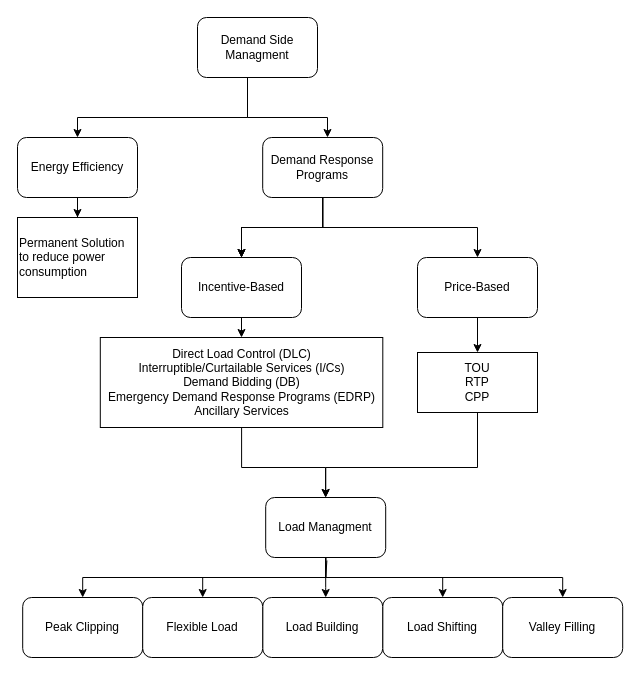
Before: DSM_Background.drawio in luistmartins/thesis_ik, a draw.io diagram. Source tidied: cells renumbered, new cells numbered last; positions are measured from the earlier drawing's top-left corner, leaving out a move shared by most shapes. Both pictures are drawn from the tidied source at 100%, with x=0, y=0 at pixel (17, 17).
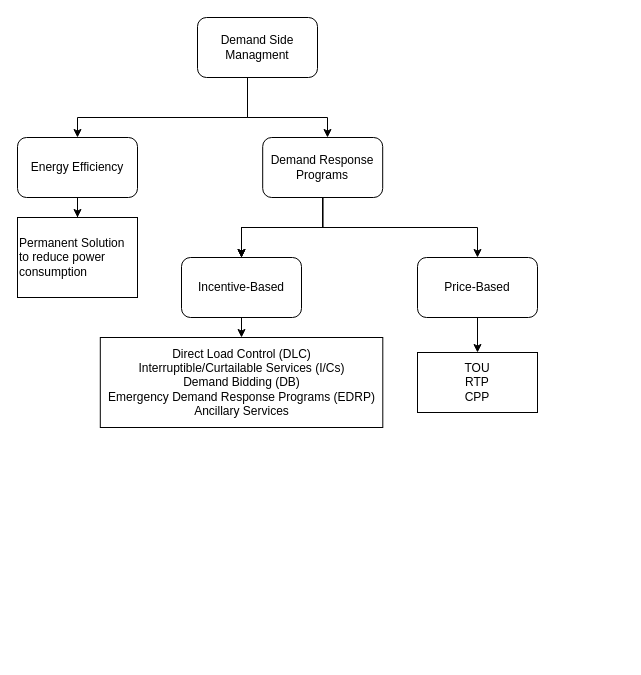
After the change.

Unchanged cells that the change refers to:
```xml
<mxCell id="18" value="TOU&lt;div&gt;RTP&lt;br&gt;CPP&lt;/div&gt;" style="rounded=0;whiteSpace=wrap;html=1;" parent="1" vertex="1">
  <mxGeometry x="400" y="335" width="120" height="60" as="geometry" />
</mxCell>
<mxCell id="20" value="Direct Load Control (DLC)&lt;div&gt;Interruptible/Curtailable Services (I/Cs)&lt;/div&gt;&lt;div&gt;Demand Bidding (DB)&lt;/div&gt;&lt;div&gt;Emergency Demand Response Programs (EDRP)&lt;/div&gt;&lt;div&gt;Ancillary Services&lt;/div&gt;" style="rounded=0;whiteSpace=wrap;html=1;" parent="1" vertex="1">
  <mxGeometry x="82.8" y="320" width="282.5" height="90" as="geometry" />
</mxCell>
```

Diff of the diagram source:
```diff
@@
-    <mxCell id="17" style="edgeStyle=orthogonalEdgeStyle;rounded=0;jettySize=auto;html=1;entryX=0.5;entryY=0;entryDx=0;entryDy=0;exitX=0.5;exitY=1;exitDx=0;exitDy=0;" parent="1" edge="1" source="18" target="27">
-      <mxGeometry relative="1" as="geometry">
-        <Array as="points">
-          <mxPoint x="460" y="450" />
-          <mxPoint x="308.3" y="450" />
-        </Array>
-      </mxGeometry>
-    </mxCell>
@@
-    <mxCell id="19" style="edgeStyle=orthogonalEdgeStyle;rounded=0;jettySize=auto;html=1;" parent="1" edge="1" source="20" target="27">
-      <mxGeometry relative="1" as="geometry">
-        <Array as="points">
-          <mxPoint x="224.1" y="450" />
-          <mxPoint x="308.1" y="450" />
-        </Array>
-      </mxGeometry>
-    </mxCell>
@@
-    <mxCell id="21" value="Peak Clipping" style="rounded=1;whiteSpace=wrap;html=1;" parent="1" vertex="1">
-      <mxGeometry x="5.2" y="580" width="120" height="60" as="geometry" />
-    </mxCell>
-    <mxCell id="22" value="Load Shifting" style="rounded=1;whiteSpace=wrap;html=1;" parent="1" vertex="1">
-      <mxGeometry x="365.2" y="580" width="120" height="60" as="geometry" />
-    </mxCell>
-    <mxCell id="23" value="Valley Filling" style="rounded=1;whiteSpace=wrap;html=1;" parent="1" vertex="1">
-      <mxGeometry x="485.2" y="580" width="120" height="60" as="geometry" />
-    </mxCell>
-    <mxCell id="24" value="Load Building" style="rounded=1;whiteSpace=wrap;html=1;" parent="1" vertex="1">
-      <mxGeometry x="245.2" y="580" width="120" height="60" as="geometry" />
-    </mxCell>
-    <mxCell id="25" value="Flexible Load" style="rounded=1;whiteSpace=wrap;html=1;" parent="1" vertex="1">
-      <mxGeometry x="125.2" y="580" width="120" height="60" as="geometry" />
-    </mxCell>
-    <mxCell id="26" style="edgeStyle=orthogonalEdgeStyle;rounded=0;jettySize=auto;html=1;" parent="1" edge="1" source="27" target="24">
-      <mxGeometry relative="1" as="geometry">
-        <Array as="points">
-          <mxPoint x="308.3" y="570" />
-          <mxPoint x="308.3" y="570" />
-        </Array>
-      </mxGeometry>
-    </mxCell>
-    <mxCell id="27" value="Load Managment" style="rounded=1;whiteSpace=wrap;html=1;" parent="1" vertex="1">
-      <mxGeometry x="248.2" y="480" width="120" height="60" as="geometry" />
-    </mxCell>
-    <mxCell id="28" style="endArrow=classic;html=1;rounded=0;exitX=0.5;exitY=1;exitDx=0;exitDy=0;entryX=0.5;entryY=0;entryDx=0;entryDy=0;" parent="1" edge="1" source="27" target="25">
-      <mxGeometry relative="1" as="geometry">
-        <Array as="points">
-          <mxPoint x="308.2" y="560" />
-          <mxPoint x="185.2" y="560" />
-        </Array>
-      </mxGeometry>
-    </mxCell>
-    <mxCell id="29" style="endArrow=classic;html=1;rounded=0;exitX=0.5;exitY=1;exitDx=0;exitDy=0;entryX=0.5;entryY=0;entryDx=0;entryDy=0;" parent="1" edge="1" source="27" target="21">
-      <mxGeometry relative="1" as="geometry">
-        <Array as="points">
-          <mxPoint x="308.2" y="560" />
-          <mxPoint x="65.2" y="560" />
-        </Array>
-      </mxGeometry>
-    </mxCell>
-    <mxCell id="30" style="endArrow=classic;html=1;rounded=0;exitX=0.51;exitY=1.05;exitDx=0;exitDy=0;exitPerimeter=0;entryX=0.5;entryY=0;entryDx=0;entryDy=0;" parent="1" edge="1" source="27" target="22">
-      <mxGeometry relative="1" as="geometry">
-        <Array as="points">
-          <mxPoint x="308.2" y="560" />
-          <mxPoint x="425.2" y="560" />
-        </Array>
-      </mxGeometry>
-    </mxCell>
-    <mxCell id="31" style="endArrow=classic;html=1;rounded=0;exitX=0.5;exitY=1;exitDx=0;exitDy=0;entryX=0.5;entryY=0;entryDx=0;entryDy=0;" parent="1" edge="1" source="27" target="23">
-      <mxGeometry relative="1" as="geometry">
-        <Array as="points">
-          <mxPoint x="308.2" y="560" />
-          <mxPoint x="545.2" y="560" />
-        </Array>
-      </mxGeometry>
-    </mxCell>
```
